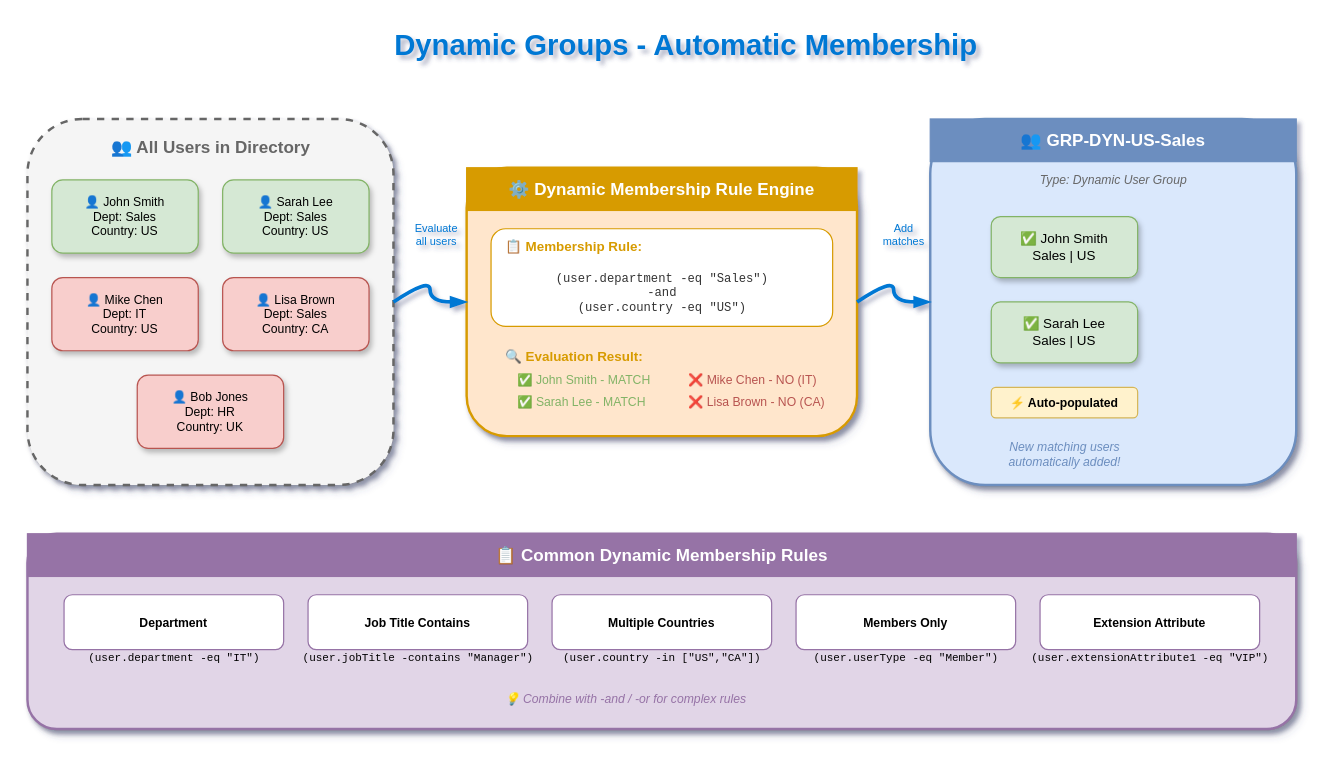
The draw.io diagram lesson-03-user-management/3.6-dynamic-groups/diagram.drawio in MrParkerZ7/document-lesson-ad-entra-x-claude, before the edit. Source tidied: cells renumbered, new cells numbered last; positions are measured from the earlier drawing's top-left corner, leaving out a move shared by most shapes. Both pictures are drawn from the tidied source at 122%, with x=0, y=0 at pixel (27, 21).
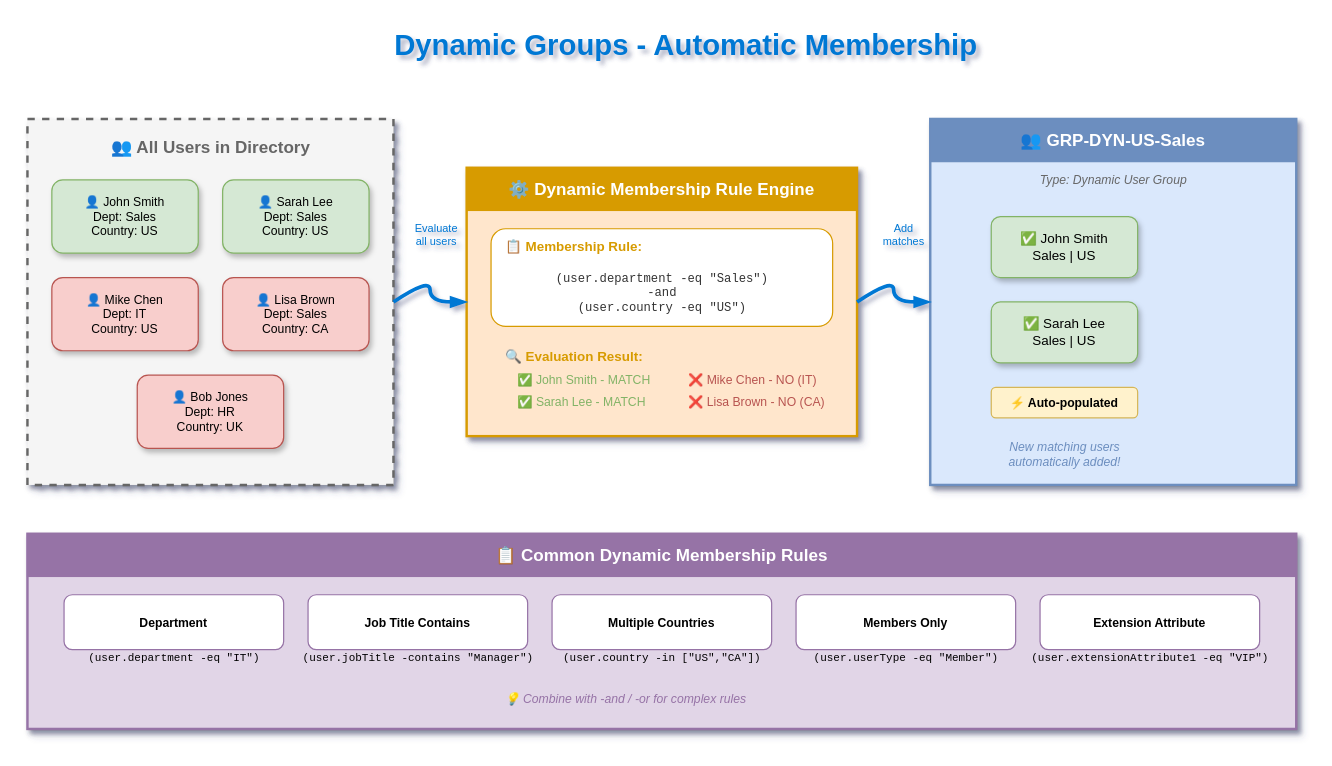
Above is the later version.

The edit, as a diff of the source:
```diff
@@
-    <mxCell id="3" style="rounded=1;whiteSpace=wrap;html=1;fillColor=#f5f5f5;strokeColor=#666666;strokeWidth=2;dashed=1;shadow=1;" parent="1" vertex="1">
+    <mxCell id="3" style="rounded=0;whiteSpace=wrap;html=1;fillColor=#f5f5f5;strokeColor=#666666;strokeWidth=2;dashed=1;shadow=1;" parent="1" vertex="1">
       <mxGeometry y="80" width="300" height="300" as="geometry" />
     </mxCell>
@@
-    <mxCell id="10" style="rounded=1;whiteSpace=wrap;html=1;fillColor=#ffe6cc;strokeColor=#d79b00;strokeWidth=2;shadow=1;" parent="1" vertex="1">
+    <mxCell id="10" style="rounded=0;whiteSpace=wrap;html=1;fillColor=#ffe6cc;strokeColor=#d79b00;strokeWidth=2;shadow=1;" parent="1" vertex="1">
       <mxGeometry x="360" y="120" width="320" height="220" as="geometry" />
     </mxCell>
@@
-    <mxCell id="20" style="rounded=1;whiteSpace=wrap;html=1;fillColor=#dae8fc;strokeColor=#6c8ebf;strokeWidth=2;shadow=1;" parent="1" vertex="1">
+    <mxCell id="20" style="rounded=0;whiteSpace=wrap;html=1;fillColor=#dae8fc;strokeColor=#6c8ebf;strokeWidth=2;shadow=1;" parent="1" vertex="1">
       <mxGeometry x="740" y="80" width="300" height="300" as="geometry" />
     </mxCell>
@@
-    <mxCell id="31" style="rounded=1;whiteSpace=wrap;html=1;fillColor=#e1d5e7;strokeColor=#9673a6;strokeWidth=2;shadow=1;" parent="1" vertex="1">
+    <mxCell id="31" style="rounded=0;whiteSpace=wrap;html=1;fillColor=#e1d5e7;strokeColor=#9673a6;strokeWidth=2;shadow=1;" parent="1" vertex="1">
       <mxGeometry y="420" width="1040" height="160" as="geometry" />
     </mxCell>
```
